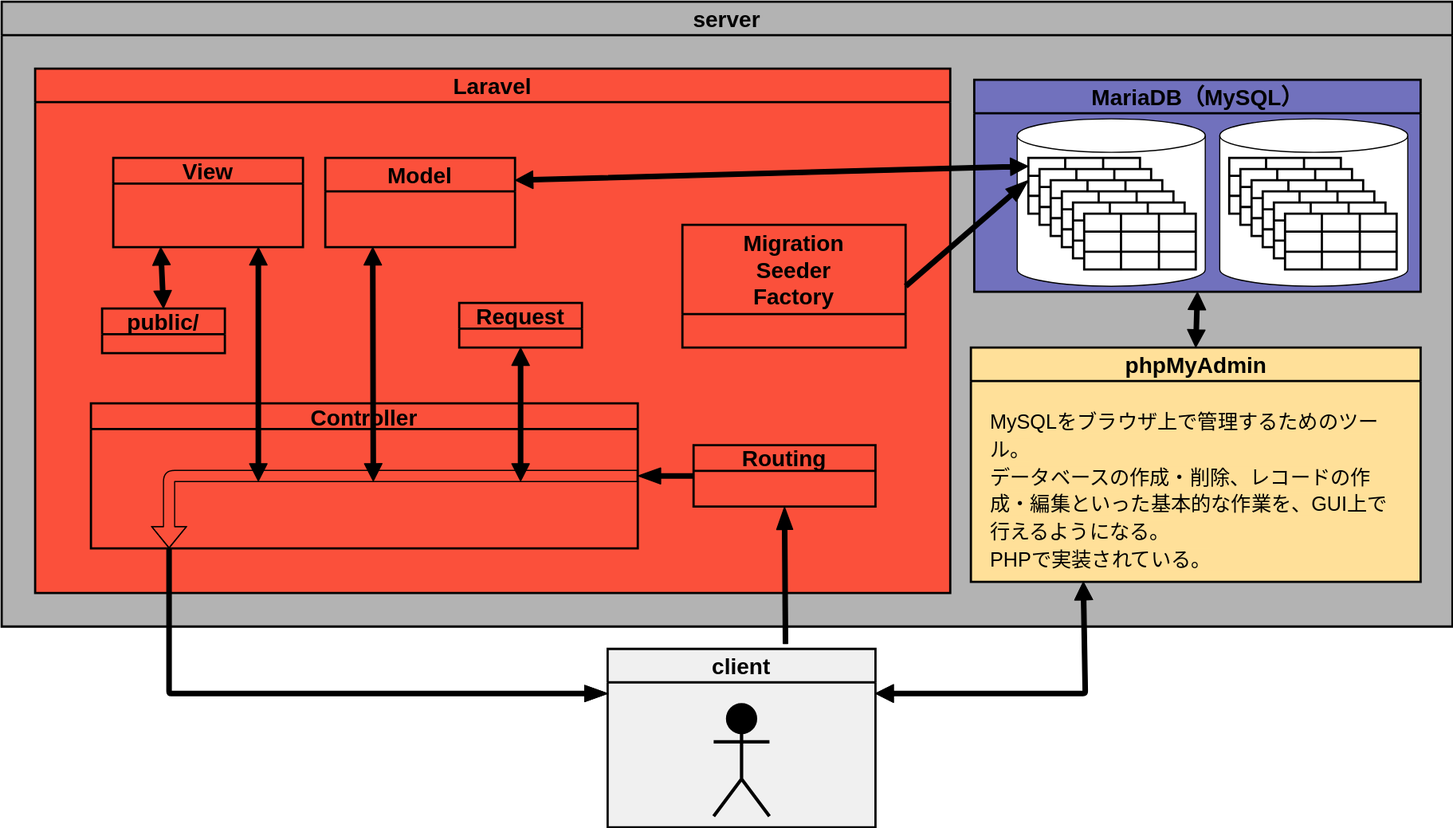
This is laravel.drawio.svg from nishizawatakamasa/memo, a draw.io export, as it was before one commit. Source tidied: cells renumbered, new cells last; positions are measured from the earlier drawing's top-left corner, leaving out a move shared by most shapes.
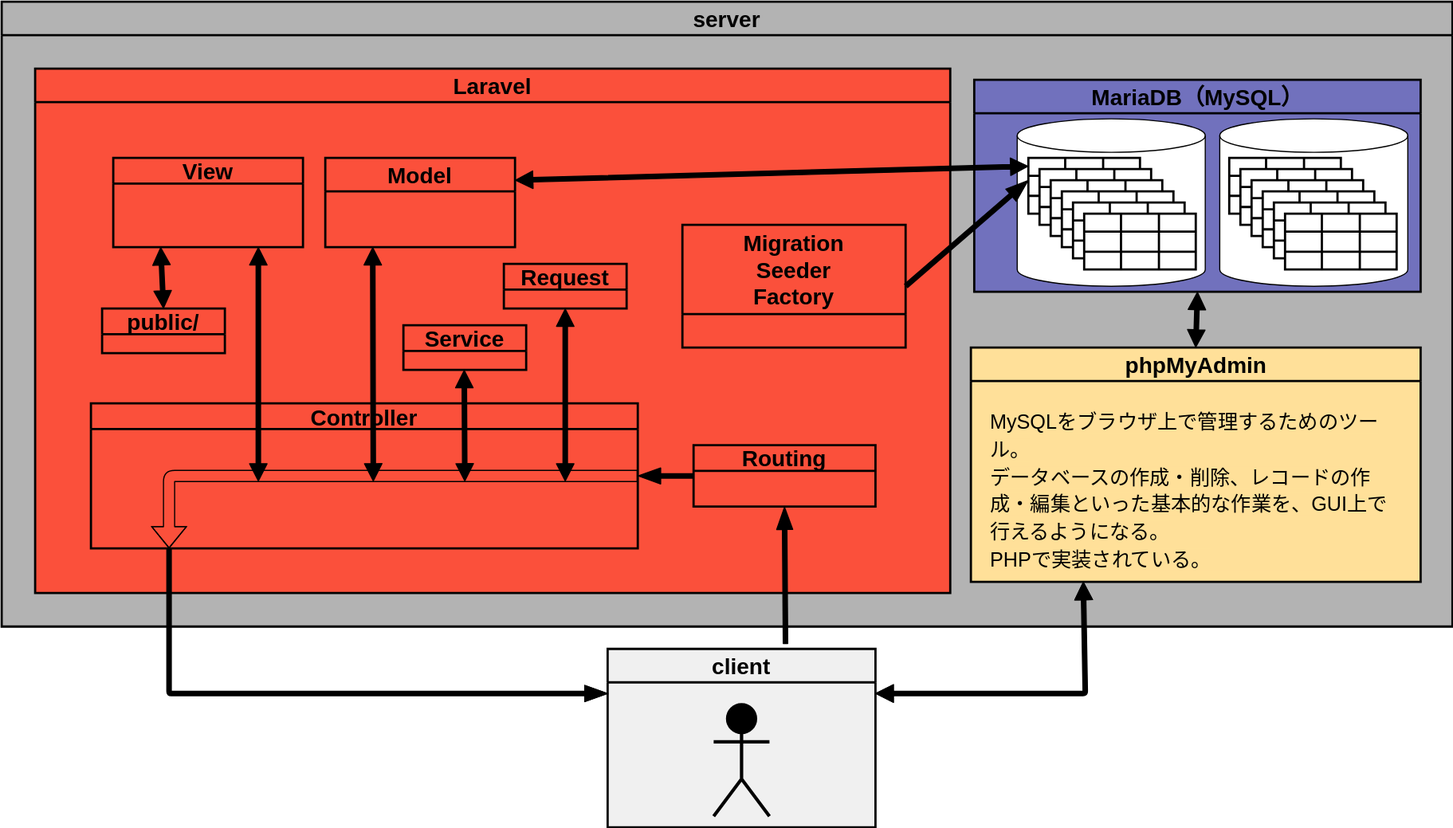
Later version of the same file.

Change to the diagram source:
```diff
@@ -11,6 +11,12 @@
     <mxCell id="4" value="&lt;font color=&quot;#000000&quot;&gt;Controller&lt;/font&gt;" style="swimlane;whiteSpace=wrap;html=1;strokeColor=#000000;strokeWidth=2;fontSize=20;swimlaneFillColor=#FB503B;fillColor=#FB503B;" parent="3" vertex="1">
       <mxGeometry x="50" y="300" width="490" height="130" as="geometry" />
     </mxCell>
+    <mxCell id="186" style="shape=flexArrow;endArrow=classic;startArrow=classic;html=1;rounded=1;shadow=0;fillStyle=auto;strokeColor=#000000;strokeWidth=1;fontSize=20;fillColor=#000000;gradientColor=none;entryX=0.5;entryY=1;entryDx=0;entryDy=0;endWidth=10.666666666666666;endSize=4.826666666666667;startWidth=10.666666666666666;startSize=4.826666666666667;width=4;" parent="4" edge="1">
+      <mxGeometry relative="1" as="geometry">
+        <mxPoint x="335" y="70" as="sourcePoint" />
+        <mxPoint x="334.5" y="-30" as="targetPoint" />
+      </mxGeometry>
+    </mxCell>
     <mxCell id="5" value="&lt;font color=&quot;#000000&quot;&gt;Model&lt;/font&gt;" style="swimlane;whiteSpace=wrap;html=1;strokeColor=#000000;strokeWidth=2;fontSize=20;startSize=30;fillColor=#FB503B;" parent="3" vertex="1">
       <mxGeometry x="260" y="80" width="170" height="80" as="geometry" />
     </mxCell>
@@ -21,7 +27,7 @@
       <mxGeometry x="590" y="337.5" width="163" height="55" as="geometry" />
     </mxCell>
     <mxCell id="8" value="&lt;font color=&quot;#000000&quot;&gt;Request&lt;/font&gt;" style="swimlane;whiteSpace=wrap;html=1;strokeColor=#000000;strokeWidth=2;fontSize=20;swimlaneFillColor=#FB503B;fillColor=#FB503B;startSize=23;" parent="3" vertex="1">
-      <mxGeometry x="380" y="210" width="110" height="40" as="geometry" />
+      <mxGeometry x="420" y="175" width="110" height="40" as="geometry" />
     </mxCell>
     <mxCell id="9" value="&lt;font color=&quot;#000000&quot;&gt;Migration&lt;br&gt;Seeder&lt;br&gt;Factory&lt;/font&gt;" style="swimlane;whiteSpace=wrap;html=1;strokeColor=#000000;strokeWidth=2;fontSize=20;startSize=80;swimlaneFillColor=#FB503B;fillColor=#FB503B;" parent="3" vertex="1">
       <mxGeometry x="580" y="140" width="200" height="110" as="geometry" />
@@ -36,7 +42,7 @@
     </mxCell>
     <mxCell id="12" style="shape=flexArrow;endArrow=classic;startArrow=classic;html=1;rounded=1;shadow=0;fillStyle=auto;strokeColor=#000000;strokeWidth=1;fontSize=20;fillColor=#000000;gradientColor=none;entryX=0.5;entryY=1;entryDx=0;entryDy=0;endWidth=10.666666666666666;endSize=4.826666666666667;startWidth=10.666666666666666;startSize=4.826666666666667;width=4;" parent="3" edge="1" target="8">
       <mxGeometry relative="1" as="geometry">
-        <mxPoint x="435" y="370" as="sourcePoint" />
+        <mxPoint x="475" y="370" as="sourcePoint" />
       </mxGeometry>
     </mxCell>
     <mxCell id="13" style="shape=flexArrow;endArrow=classic;startArrow=classic;html=1;rounded=1;shadow=0;fillStyle=auto;strokeColor=#000000;strokeWidth=1;fontSize=20;fillColor=#000000;gradientColor=none;exitX=0.5;exitY=0;exitDx=0;exitDy=0;endWidth=10.666666666666666;endSize=4.826666666666667;startWidth=10.666666666666666;startSize=4.826666666666667;width=4;entryX=0.25;entryY=1;entryDx=0;entryDy=0;" parent="3" edge="1" source="10" target="6">
@@ -53,6 +59,9 @@
         </Array>
       </mxGeometry>
     </mxCell>
+    <mxCell id="187" value="&lt;font color=&quot;#000000&quot;&gt;Service&lt;/font&gt;" style="swimlane;whiteSpace=wrap;html=1;strokeColor=#000000;strokeWidth=2;fontSize=20;swimlaneFillColor=#FB503B;fillColor=#FB503B;startSize=23;" parent="3" vertex="1">
+      <mxGeometry x="330" y="230" width="110" height="40" as="geometry" />
+    </mxCell>
     <mxCell id="16" value="&lt;font color=&quot;#000000&quot; style=&quot;font-size: 20px;&quot;&gt;MariaDB（MySQL）&lt;/font&gt;" style="swimlane;whiteSpace=wrap;html=1;strokeWidth=2;startSize=30;swimlaneFillColor=#7171BD;fillColor=#7171BD;strokeColor=#000000;" parent="2" vertex="1">
       <mxGeometry x="871.5" y="70" width="400" height="190" as="geometry" />
     </mxCell>
```
